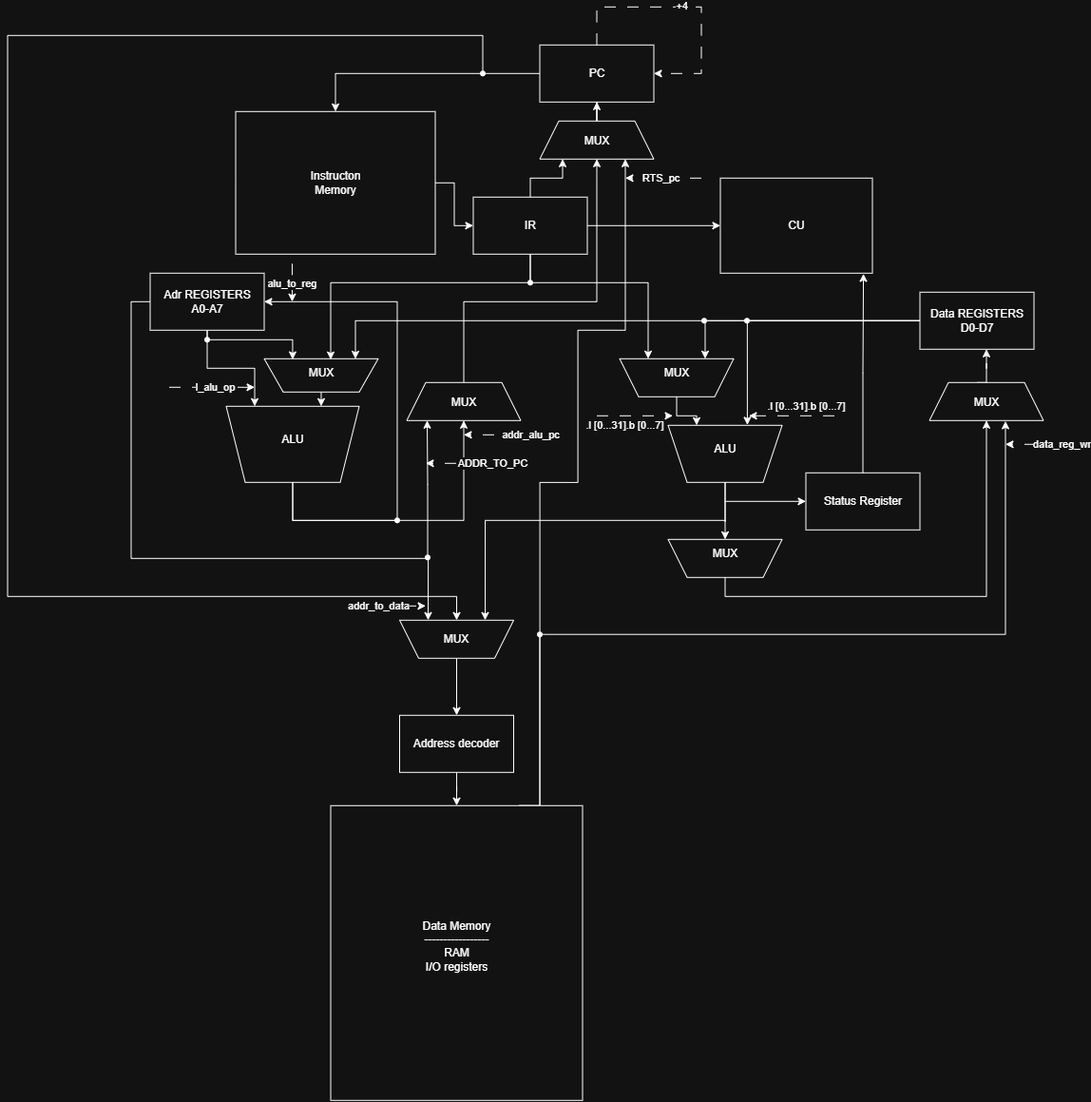
The draw.io diagram m64f_v1.drawio.png in IXITMANI/Schema, before a commit. Source tidied: cells renumbered, new cells last; positions are measured from the earlier drawing's top-left corner, leaving out a move shared by most shapes.
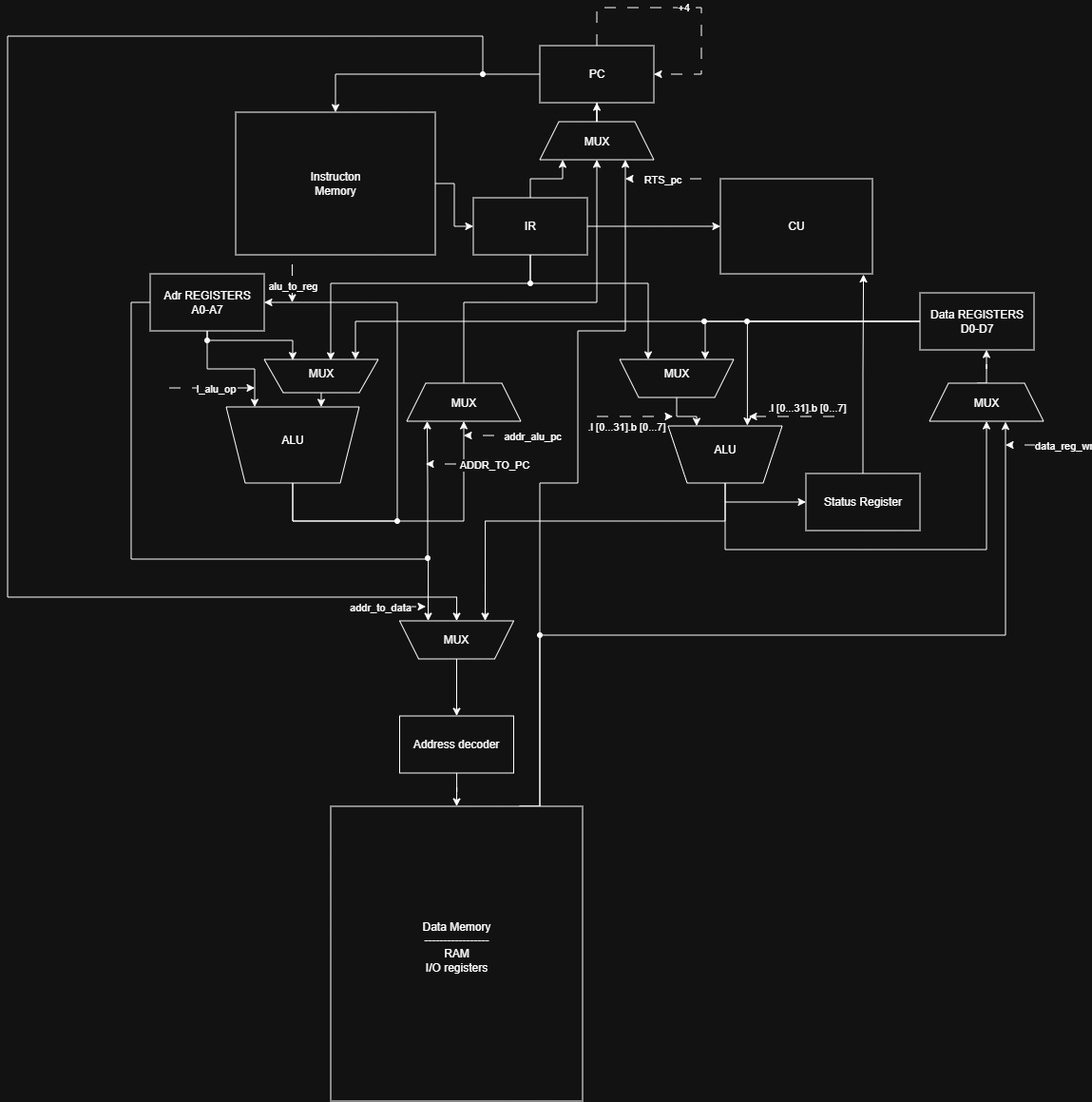
After the change.

What changed in the source:
```diff
@@ -2,9 +2,13 @@
   <root>
     <mxCell id="0" />
     <mxCell id="1" parent="0" />
-    <mxCell id="2" style="edgeStyle=orthogonalEdgeStyle;rounded=0;jettySize=auto;html=1;entryX=0.5;entryY=1;entryDx=0;entryDy=0;" parent="1" edge="1" target="21">
+    <mxCell id="2" style="edgeStyle=orthogonalEdgeStyle;rounded=0;jettySize=auto;html=1;entryX=0.5;entryY=1;entryDx=0;entryDy=0;" parent="1" edge="1" target="61">
       <mxGeometry relative="1" as="geometry">
         <mxPoint x="755" y="520" as="sourcePoint" />
+        <Array as="points">
+          <mxPoint x="755" y="570" />
+          <mxPoint x="1030" y="570" />
+        </Array>
       </mxGeometry>
     </mxCell>
     <mxCell id="3" style="edgeStyle=orthogonalEdgeStyle;rounded=0;jettySize=auto;html=1;exitX=0.5;exitY=0;exitDx=0;exitDy=0;entryX=0.25;entryY=1;entryDx=0;entryDy=0;" parent="1" edge="1" source="27" target="45">
@@ -95,15 +99,6 @@
     <mxCell id="19" value="Data Memory&lt;br&gt;-----------------&lt;br&gt;RAM&lt;br&gt;&lt;div&gt;I/O registers&lt;br&gt;&lt;br&gt;&lt;/div&gt;" style="whiteSpace=wrap;html=1;" parent="1" vertex="1">
       <mxGeometry x="340" y="840" width="265" height="310" as="geometry" />
     </mxCell>
-    <mxCell id="20" style="group;" parent="1" vertex="1">
-      <mxGeometry x="695" y="560" width="120" height="40" as="geometry" />
-    </mxCell>
-    <mxCell id="21" style="shape=trapezoid;perimeter=trapezoidPerimeter;whiteSpace=wrap;html=1;shapeInside=1;fixedSize=1;rotation=-180;" parent="20" vertex="1">
-      <mxGeometry width="120" height="40" as="geometry" />
-    </mxCell>
-    <mxCell id="22" value="MUX" style="text;html=1;whiteSpace=wrap;strokeColor=none;fillColor=none;align=center;verticalAlign=middle;rounded=0;" parent="20" vertex="1">
-      <mxGeometry x="30" width="60" height="30" as="geometry" />
-    </mxCell>
     <mxCell id="23" style="edgeStyle=orthogonalEdgeStyle;rounded=0;jettySize=auto;html=1;exitX=0.5;exitY=0;exitDx=0;exitDy=0;" parent="1" edge="1" source="61">
       <mxGeometry relative="1" as="geometry">
         <mxPoint x="1020" y="420" as="targetPoint" />
@@ -254,9 +249,6 @@
         <mxPoint x="22" as="offset" />
       </mxGeometry>
     </mxCell>
-    <mxCell id="60" style="edgeStyle=orthogonalEdgeStyle;rounded=0;jettySize=auto;html=1;exitX=0.5;exitY=0;exitDx=0;exitDy=0;" parent="1" edge="1" source="21" target="61">
-      <mxGeometry relative="1" as="geometry" />
-    </mxCell>
     <mxCell id="61" value="MUX" style="shape=trapezoid;perimeter=trapezoidPerimeter;whiteSpace=wrap;html=1;shapeInside=1;fixedSize=1;" parent="1" vertex="1">
       <mxGeometry x="970" y="395" width="120" height="40" as="geometry" />
     </mxCell>
```
